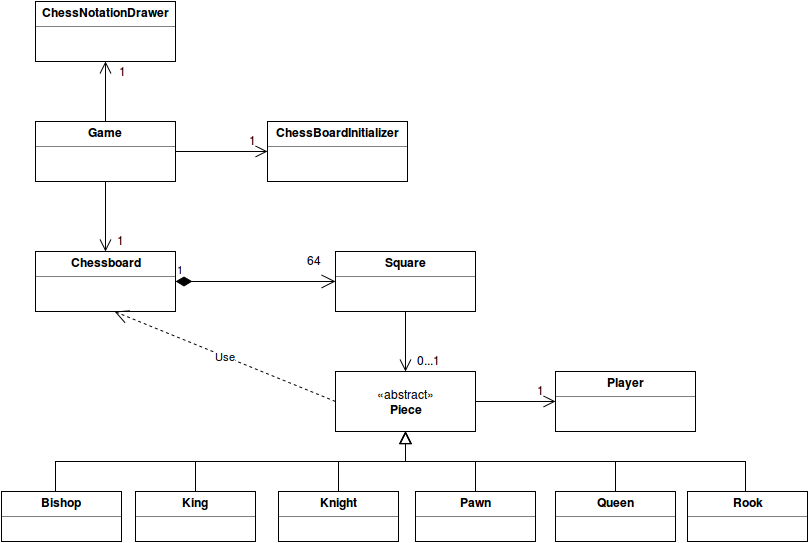
Before: dokumentaatio/Luokkakaavio.png, a diagram exported from draw.io (salsam/Samin-shakki). Source tidied: cells renumbered, new cells last; positions are measured from the earlier drawing's top-left corner, leaving out a move shared by most shapes.
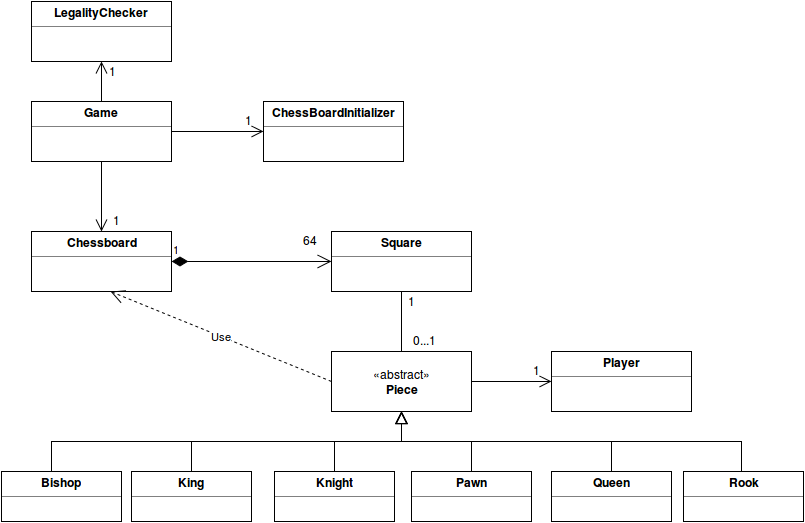
The same diagram one commit later.

Commit message:
Luokkakaavion päivitys

Change to the diagram source:
```diff
@@ -24,7 +24,7 @@
     <mxCell id="6" value="&lt;p style=&quot;margin: 0px ; margin-top: 4px ; text-align: center&quot;&gt;&lt;b&gt;Chessboard&lt;/b&gt;&lt;/p&gt;&lt;hr size=&quot;1&quot;&gt;&lt;div style=&quot;height: 2px&quot;&gt;&lt;/div&gt;" style="verticalAlign=top;align=left;overflow=fill;fontSize=12;fontFamily=Helvetica;html=1;" parent="1" vertex="1">
       <mxGeometry x="34" y="250" width="140" height="60" as="geometry" />
     </mxCell>
-    <mxCell id="7" style="edgeStyle=orthogonalEdgeStyle;rounded=0;html=1;jettySize=auto;endSize=10;endArrow=open;endFill=0;" parent="1" edge="1" source="8" target="5">
+    <mxCell id="7" style="edgeStyle=orthogonalEdgeStyle;rounded=0;html=1;startSize=6;endArrow=none;endFill=0;endSize=10;jettySize=auto;strokeWidth=1;" parent="1" edge="1" source="8" target="5">
       <mxGeometry relative="1" as="geometry" />
     </mxCell>
     <mxCell id="8" value="&lt;p style=&quot;margin: 0px ; margin-top: 4px ; text-align: center&quot;&gt;&lt;b&gt;Square&lt;/b&gt;&lt;br&gt;&lt;/p&gt;&lt;hr size=&quot;1&quot;&gt;&lt;div style=&quot;height: 2px&quot;&gt;&lt;/div&gt;" style="verticalAlign=top;align=left;overflow=fill;fontSize=12;fontFamily=Helvetica;html=1;" parent="1" vertex="1">
@@ -44,7 +44,7 @@
       </mxGeometry>
     </mxCell>
     <mxCell id="11" value="&lt;p style=&quot;margin: 0px ; margin-top: 4px ; text-align: center&quot;&gt;&lt;b&gt;Bishop&lt;/b&gt;&lt;br&gt;&lt;/p&gt;&lt;hr size=&quot;1&quot;&gt;&lt;div style=&quot;height: 2px&quot;&gt;&lt;/div&gt;" style="verticalAlign=top;align=left;overflow=fill;fontSize=12;fontFamily=Helvetica;html=1;" parent="1" vertex="1">
-      <mxGeometry y="490" width="120" height="50" as="geometry" />
+      <mxGeometry x="4" y="490" width="120" height="50" as="geometry" />
     </mxCell>
     <mxCell id="12" style="edgeStyle=orthogonalEdgeStyle;rounded=0;html=1;jettySize=auto;endArrow=block;endFill=0;endSize=10;" parent="1" edge="1" source="13" target="5">
       <mxGeometry relative="1" as="geometry" />
@@ -112,9 +112,9 @@
     <mxCell id="26" style="edgeStyle=orthogonalEdgeStyle;rounded=0;html=1;startSize=6;endArrow=open;endFill=0;endSize=10;jettySize=auto;strokeWidth=1;" parent="1" edge="1" source="28" target="29">
       <mxGeometry relative="1" as="geometry" />
     </mxCell>
-    <mxCell id="27" style="edgeStyle=orthogonalEdgeStyle;rounded=0;html=1;entryX=0.5;entryY=1;startSize=6;endArrow=open;endFill=0;endSize=10;jettySize=auto;strokeWidth=1;" parent="1" edge="1" source="28" target="33">
-      <mxGeometry relative="1" as="geometry" />
-    </mxCell>
+    <mxCell id="34" style="edgeStyle=orthogonalEdgeStyle;rounded=0;html=1;entryX=0.5;entryY=1;startSize=6;endArrow=open;endFill=0;endSize=10;jettySize=auto;strokeWidth=1;" parent="1" edge="1" source="28" target="35">
+      <mxGeometry relative="1" as="geometry" />
+    </mxCell>
     <mxCell id="28" value="&lt;p style=&quot;margin: 0px ; margin-top: 4px ; text-align: center&quot;&gt;&lt;b&gt;Game&lt;/b&gt;&lt;br&gt;&lt;/p&gt;&lt;hr size=&quot;1&quot;&gt;&lt;div style=&quot;height: 2px&quot;&gt;&lt;/div&gt;" style="verticalAlign=top;align=left;overflow=fill;fontSize=12;fontFamily=Helvetica;html=1;" parent="1" vertex="1">
       <mxGeometry x="34" y="120" width="140" height="60" as="geometry" />
     </mxCell>
@@ -128,10 +128,13 @@
       <mxGeometry x="114" y="230" width="20" height="20" as="geometry" />
     </mxCell>
     <mxCell id="32" value="1" style="text;html=1;strokeColor=none;fillColor=none;align=center;verticalAlign=middle;whiteSpace=wrap;overflow=hidden;" parent="1" vertex="1">
-      <mxGeometry x="100" y="60" width="40" height="20" as="geometry" />
+      <mxGeometry x="393" y="310" width="40" height="20" as="geometry" />
     </mxCell>
-    <mxCell id="33" value="&lt;p style=&quot;margin: 0px ; margin-top: 4px ; text-align: center&quot;&gt;&lt;b&gt;ChessNotationDrawer&lt;/b&gt;&lt;/p&gt;&lt;hr size=&quot;1&quot;&gt;&lt;div style=&quot;height: 2px&quot;&gt;&lt;/div&gt;" style="verticalAlign=top;align=left;overflow=fill;fontSize=12;fontFamily=Helvetica;html=1;" parent="1" vertex="1">
-      <mxGeometry x="34" width="140" height="60" as="geometry" />
-    </mxCell>
+    <mxCell id="35" value="&lt;p style=&quot;margin: 0px ; margin-top: 4px ; text-align: center&quot;&gt;&lt;b&gt;LegalityChecker&lt;/b&gt;&lt;br&gt;&lt;/p&gt;&lt;hr size=&quot;1&quot;&gt;&lt;div style=&quot;height: 2px&quot;&gt;&lt;/div&gt;" style="verticalAlign=top;align=left;overflow=fill;fontSize=12;fontFamily=Helvetica;html=1;" parent="1" vertex="1">
+      <mxGeometry x="34" y="20" width="140" height="60" as="geometry" />
+    </mxCell>
+    <mxCell id="36" value="1" style="text;html=1;strokeColor=none;fillColor=none;align=center;verticalAlign=middle;whiteSpace=wrap;overflow=hidden;" parent="1" vertex="1">
+      <mxGeometry x="94" y="80" width="40" height="20" as="geometry" />
+    </mxCell>
   </root>
 </mxGraphModel>
```
